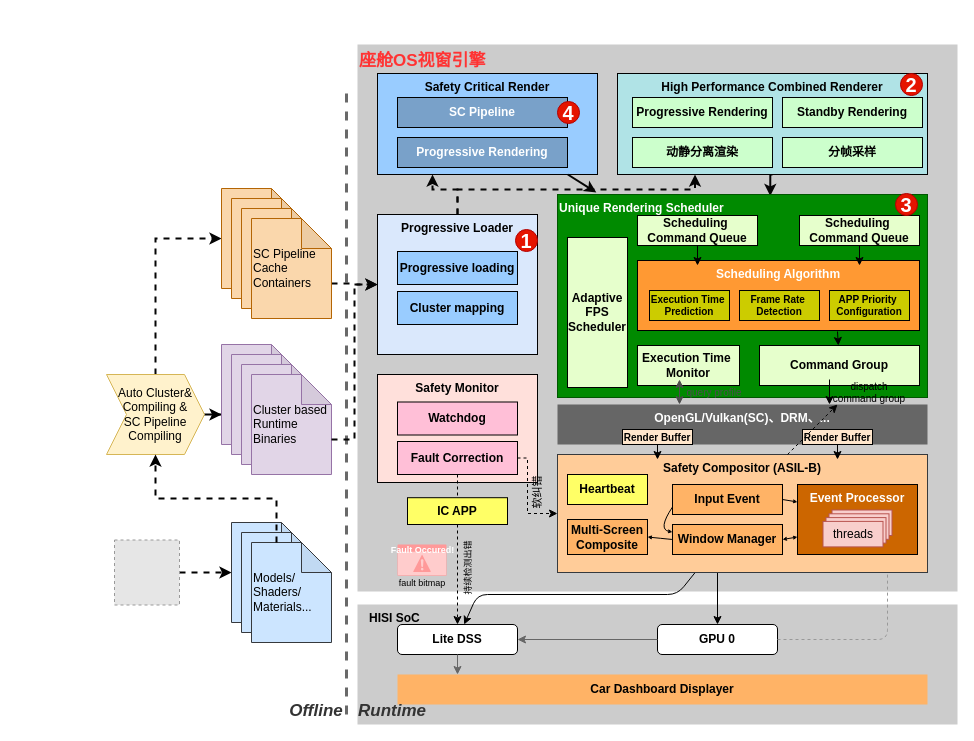
chaov/Blog keeps this draw.io diagram as page "Details" (2 of 2) of 智能座舱关键技术.drawio. Above is the earlier version. Source tidied: cells renumbered, new cells numbered last; positions are measured from the earlier drawing's top-left corner, leaving out a move shared by most shapes. Both pictures are drawn from the tidied source at 100%, with x=0, y=0 at pixel (17, 44). Pictures stored in the file or linked from it are replaced by grey dashed boxes.
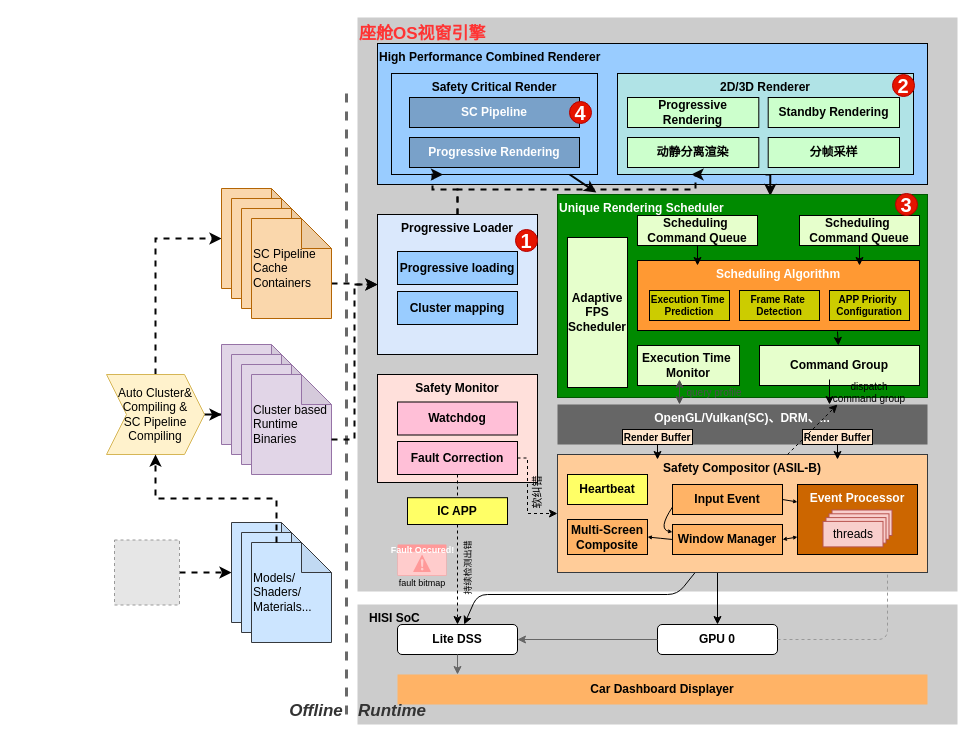
The same diagram, later.

Unchanged cells that the change refers to:
```xml
<mxCell id="2" style="group;align=right;verticalAlign=top;fontSize=13;" parent="1" vertex="1">
  <mxGeometry y="60" width="940" height="620" as="geometry" />
</mxCell>
```

What changed in the source:
```diff
@@
     <mxCell id="3" value="&lt;font style=&quot;font-size: 17px;&quot; color=&quot;#ff3333&quot;&gt;座舱OS视窗引擎&lt;/font&gt;" style="rounded=0;whiteSpace=wrap;html=1;labelBackgroundColor=none;verticalAlign=top;fillColor=#CCCCCC;fontStyle=1;strokeColor=none;align=left;" parent="2" vertex="1">
-      <mxGeometry x="340" y="-60" width="600" height="547" as="geometry" />
+      <mxGeometry x="340" y="-87" width="600" height="574" as="geometry" />
     </mxCell>
+    <mxCell id="106" value="High Performance Combined Renderer" style="rounded=0;whiteSpace=wrap;html=1;fontStyle=1;fillColor=#99CCFF;verticalAlign=top;spacingTop=0;align=left;" parent="2" vertex="1">
+      <mxGeometry x="360" y="-61" width="550" height="141" as="geometry" />
+    </mxCell>
@@
     <mxCell id="10" value="Safety Critical Render" style="rounded=0;whiteSpace=wrap;html=1;fontStyle=1;fillColor=#99CCFF;verticalAlign=top;spacingTop=0;" parent="2" vertex="1">
-      <mxGeometry x="360" y="-31" width="220" height="101" as="geometry" />
+      <mxGeometry x="374" y="-31" width="206" height="101" as="geometry" />
     </mxCell>
@@
-    <mxCell id="12" value="High Performance Combined Renderer" style="rounded=0;whiteSpace=wrap;html=1;fontStyle=1;fillColor=#B0E3E6;verticalAlign=top;spacingTop=0;" parent="2" vertex="1">
-      <mxGeometry x="600" y="-31" width="310" height="101" as="geometry" />
+    <mxCell id="12" value="2D/3D Renderer" style="rounded=0;whiteSpace=wrap;html=1;fontStyle=1;fillColor=#B0E3E6;verticalAlign=top;spacingTop=0;" parent="2" vertex="1">
+      <mxGeometry x="600" y="-31" width="296" height="101" as="geometry" />
     </mxCell>
@@
     <mxCell id="14" value="SC Pipeline" style="rounded=0;whiteSpace=wrap;html=1;labelBackgroundColor=none;fontSize=12;fontColor=#FFFFFF;strokeColor=#000000;align=center;verticalAlign=middle;fillColor=#79A1C9;fontStyle=1;" parent="2" vertex="1">
-      <mxGeometry x="380" y="-7" width="170" height="30" as="geometry" />
+      <mxGeometry x="392" y="-7" width="170" height="30" as="geometry" />
     </mxCell>
@@
     <mxCell id="89" value="Progressive Rendering" style="rounded=0;whiteSpace=wrap;html=1;labelBackgroundColor=none;fontSize=12;fontColor=#FFFFFF;strokeColor=#000000;align=center;verticalAlign=middle;fillColor=#79A1C9;fontStyle=1;" parent="2" vertex="1">
-      <mxGeometry x="380" y="33" width="170" height="30" as="geometry" />
+      <mxGeometry x="392" y="33" width="170" height="30" as="geometry" />
     </mxCell>
-    <mxCell id="90" value="Progressive Rendering" style="rounded=0;whiteSpace=wrap;html=1;labelBackgroundColor=none;fontSize=12;fontColor=#000000;strokeColor=#000000;align=center;verticalAlign=middle;fillColor=#CCFFCC;fontStyle=1;" parent="2" vertex="1">
-      <mxGeometry x="615" y="-7" width="140" height="30" as="geometry" />
-    </mxCell>
-    <mxCell id="91" value="动静分离渲染" style="rounded=0;whiteSpace=wrap;html=1;labelBackgroundColor=none;fontSize=12;fontColor=#000000;strokeColor=#000000;align=center;verticalAlign=middle;fillColor=#CCFFCC;fontStyle=1;" parent="2" vertex="1">
-      <mxGeometry x="615" y="33" width="140" height="30" as="geometry" />
-    </mxCell>
-    <mxCell id="92" value="Standby Rendering" style="rounded=0;whiteSpace=wrap;html=1;labelBackgroundColor=none;fontSize=12;fontColor=#000000;strokeColor=#000000;align=center;verticalAlign=middle;fillColor=#CCFFCC;fontStyle=1;" parent="2" vertex="1">
-      <mxGeometry x="765" y="-7" width="140" height="30" as="geometry" />
-    </mxCell>
-    <mxCell id="93" value="分帧采样" style="rounded=0;whiteSpace=wrap;html=1;labelBackgroundColor=none;fontSize=12;fontColor=#000000;strokeColor=#000000;align=center;verticalAlign=middle;fillColor=#CCFFCC;fontStyle=1;" parent="2" vertex="1">
-      <mxGeometry x="765" y="33" width="140" height="30" as="geometry" />
-    </mxCell>
@@
     <mxCell id="98" value="&lt;font style=&quot;font-size: 20px;&quot;&gt;2&lt;/font&gt;" style="ellipse;whiteSpace=wrap;html=1;fillColor=#e51400;strokeColor=#B20000;fontColor=#ffffff;fontSize=16;fontStyle=1;" parent="2" vertex="1">
-      <mxGeometry x="883" y="-31" width="22" height="22" as="geometry" />
+      <mxGeometry x="875" y="-30" width="22" height="22" as="geometry" />
     </mxCell>
@@
     <mxCell id="100" value="&lt;font style=&quot;font-size: 20px;&quot;&gt;4&lt;/font&gt;" style="ellipse;whiteSpace=wrap;html=1;fillColor=#e51400;strokeColor=#B20000;fontColor=#ffffff;fontSize=16;fontStyle=1;" parent="2" vertex="1">
-      <mxGeometry x="540" y="-3" width="22" height="22" as="geometry" />
+      <mxGeometry x="552" y="-3" width="22" height="22" as="geometry" />
     </mxCell>
+    <mxCell id="107" style="group;" parent="2" vertex="1">
+      <mxGeometry x="610" y="-7" width="272" height="70" as="geometry" />
+    </mxCell>
+    <mxCell id="90" value="Progressive Rendering" style="rounded=0;whiteSpace=wrap;html=1;labelBackgroundColor=none;fontSize=12;fontColor=#000000;strokeColor=#000000;align=center;verticalAlign=middle;fillColor=#CCFFCC;fontStyle=1;" parent="107" vertex="1">
+      <mxGeometry width="131.3" height="30" as="geometry" />
+    </mxCell>
+    <mxCell id="91" value="动静分离渲染" style="rounded=0;whiteSpace=wrap;html=1;labelBackgroundColor=none;fontSize=12;fontColor=#000000;strokeColor=#000000;align=center;verticalAlign=middle;fillColor=#CCFFCC;fontStyle=1;" parent="107" vertex="1">
+      <mxGeometry y="40" width="131.3" height="30" as="geometry" />
+    </mxCell>
+    <mxCell id="92" value="Standby Rendering" style="rounded=0;whiteSpace=wrap;html=1;labelBackgroundColor=none;fontSize=12;fontColor=#000000;strokeColor=#000000;align=center;verticalAlign=middle;fillColor=#CCFFCC;fontStyle=1;" parent="107" vertex="1">
+      <mxGeometry x="140.7" width="131.3" height="30" as="geometry" />
+    </mxCell>
+    <mxCell id="93" value="分帧采样" style="rounded=0;whiteSpace=wrap;html=1;labelBackgroundColor=none;fontSize=12;fontColor=#000000;strokeColor=#000000;align=center;verticalAlign=middle;fillColor=#CCFFCC;fontStyle=1;" parent="107" vertex="1">
+      <mxGeometry x="140.7" y="40" width="131.3" height="30" as="geometry" />
+    </mxCell>
```
